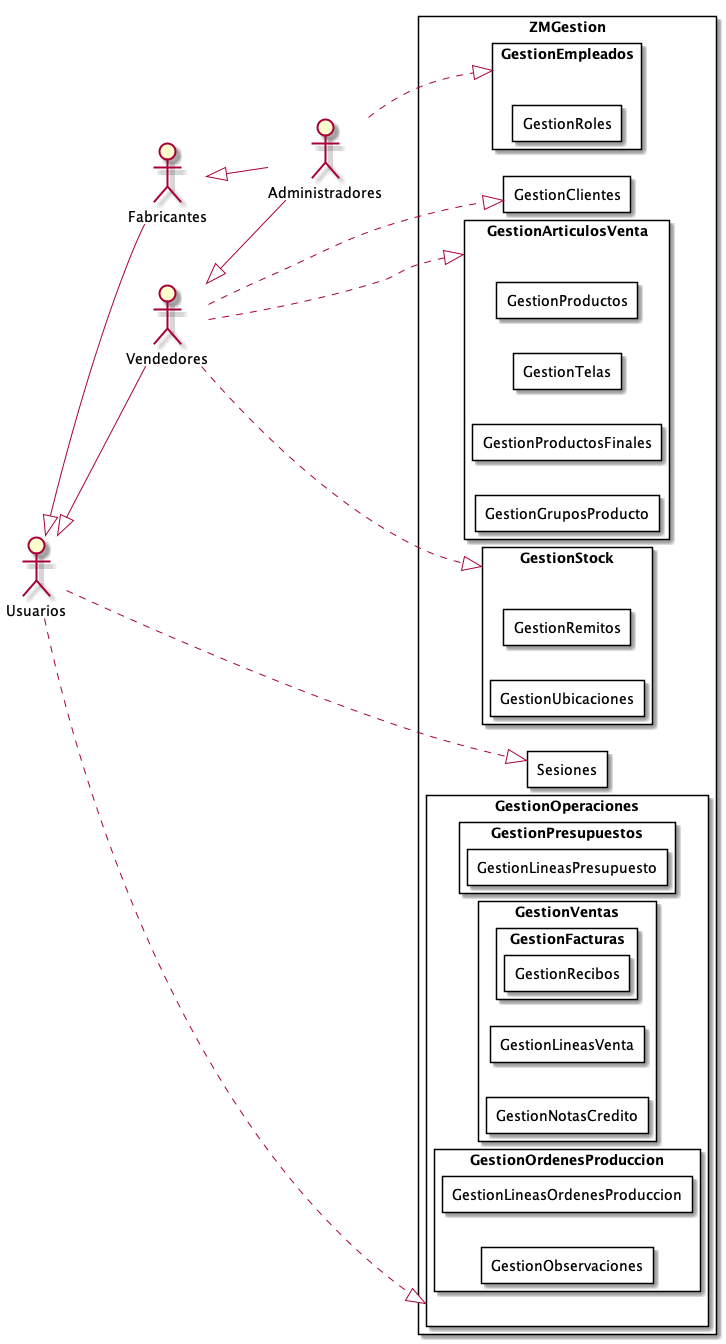
Before: Informe Final/Imagenes/ModeladoDeCasosDeUso/DiagramaDeCasosDeUso/DiagramaSubsistema.png, a diagram exported from PlantUML (ZMGestion/DocumentacionZMGestion).
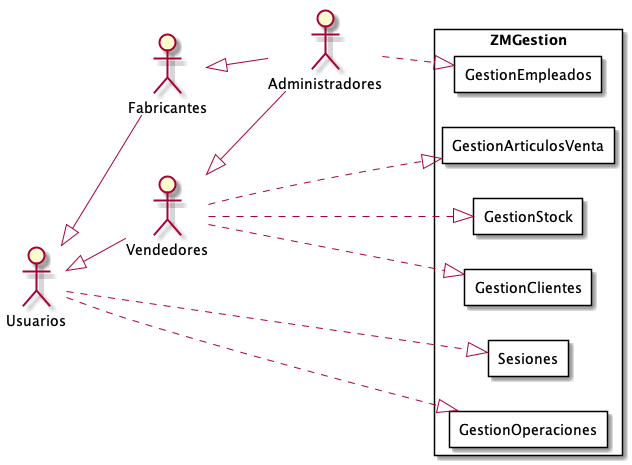
Above is the later version.

What changed in the source:
```diff
@@ -17,46 +17,16 @@
     rectangle Sesiones{
     }
     rectangle GestionEmpleados{
-        rectangle GestionRoles{
-        }
+
     }
     rectangle GestionArticulosVenta{
-        rectangle GestionProductos{
-        }
-        rectangle GestionTelas{
-        }
-        rectangle GestionProductosFinales{
-        }
-        rectangle GestionGruposProducto{
-        }
+
     }
     rectangle GestionOperaciones{
-        rectangle GestionPresupuestos{
-            rectangle GestionLineasPresupuesto{
-            }
-        }
-        rectangle GestionVentas{
-            rectangle GestionLineasVenta{
-            }
-            rectangle GestionFacturas{
-                rectangle GestionRecibos{
-                }
-            }
-            rectangle GestionNotasCredito{
-            }
-        }
-        rectangle GestionOrdenesProduccion{
-            rectangle GestionLineasOrdenesProduccion{
-            }
-            rectangle GestionObservaciones{
-            }
-        }
+
     }
     rectangle GestionStock{
-        rectangle GestionRemitos{
-        }
-        rectangle GestionUbicaciones{
-        }
+
     }
 
     rectangle GestionClientes{
```
